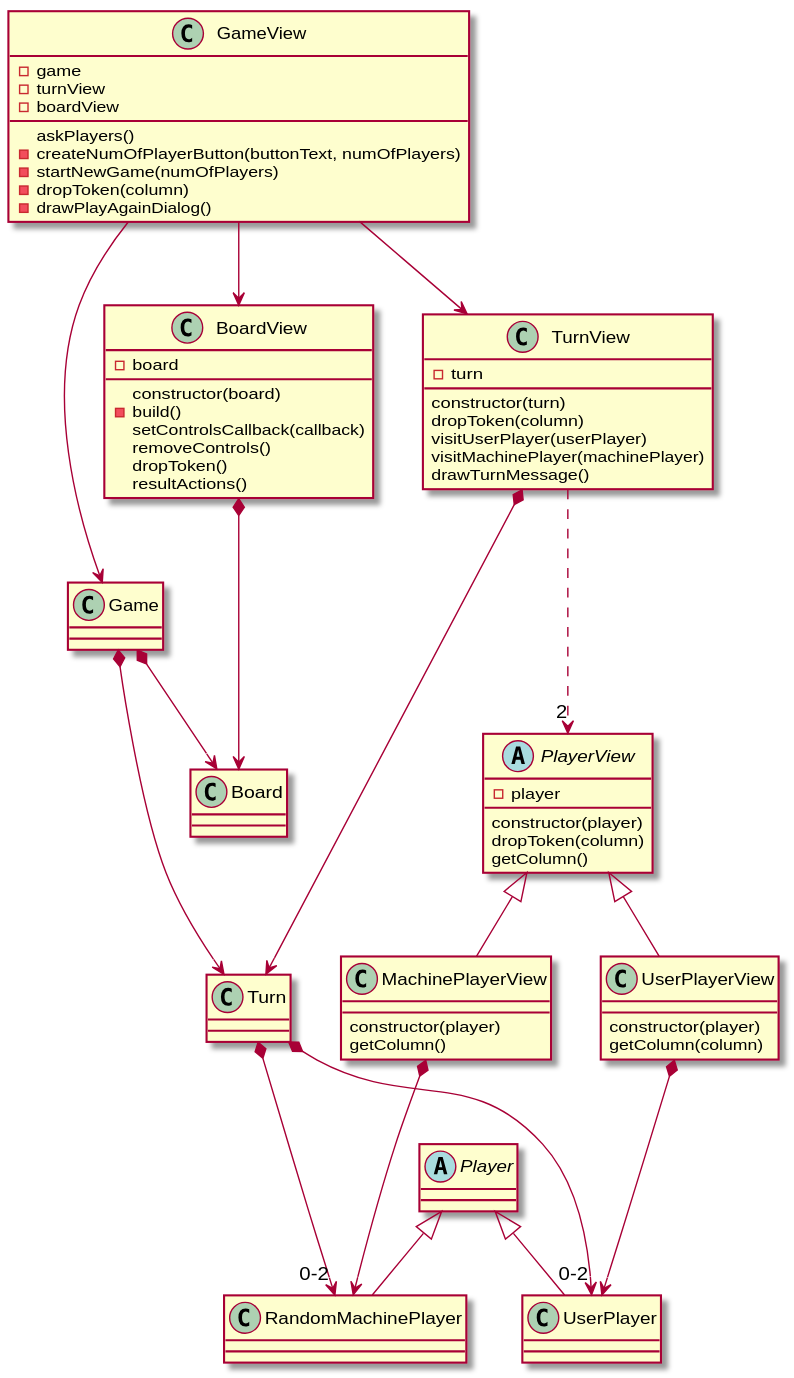
Before: src/uml/Connect4.svg, a diagram exported from PlantUML (EscuelaIt/Conecta-4-soluci-n-de-Nelson). The source it was exported from:
```plantuml
@startuml
class GameView{
-game
-turnView
-boardView
askPlayers()
-createNumOfPlayerButton(buttonText, numOfPlayers)
-startNewGame(numOfPlayers)
-dropToken(column)
-drawPlayAgainDialog()
}
class TurnView{
-turn
constructor(turn)
dropToken(column)
visitUserPlayer(userPlayer)
visitMachinePlayer(machinePlayer)
drawTurnMessage()
}
class BoardView{
-board
constructor(board)
-build()
setControlsCallback(callback)
removeControls()
dropToken()
resultActions()
}
class MachinePlayerView{
constructor(player)
getColumn()
}
abstract class PlayerView{
-player
constructor(player)
dropToken(column)
getColumn()
}

class UserPlayerView{
constructor(player)
getColumn(column)
}
Abstract    class Player
class RandomMachinePlayer
class UserPlayer

GameView ---> Game
GameView --> TurnView
GameView -> BoardView
BoardView *--> Board
TurnView *--> Turn
Turn *---> "0-2" UserPlayer
Turn *--> "0-2" RandomMachinePlayer
Game *--> Turn
Game *--> Board
TurnView -.-> "2" PlayerView
PlayerView <|-- UserPlayerView
PlayerView <|-- MachinePlayerView
Player <|-- RandomMachinePlayer
Player <|-- UserPlayer
MachinePlayerView *---> RandomMachinePlayer
UserPlayerView *---> UserPlayer



@enduml
```
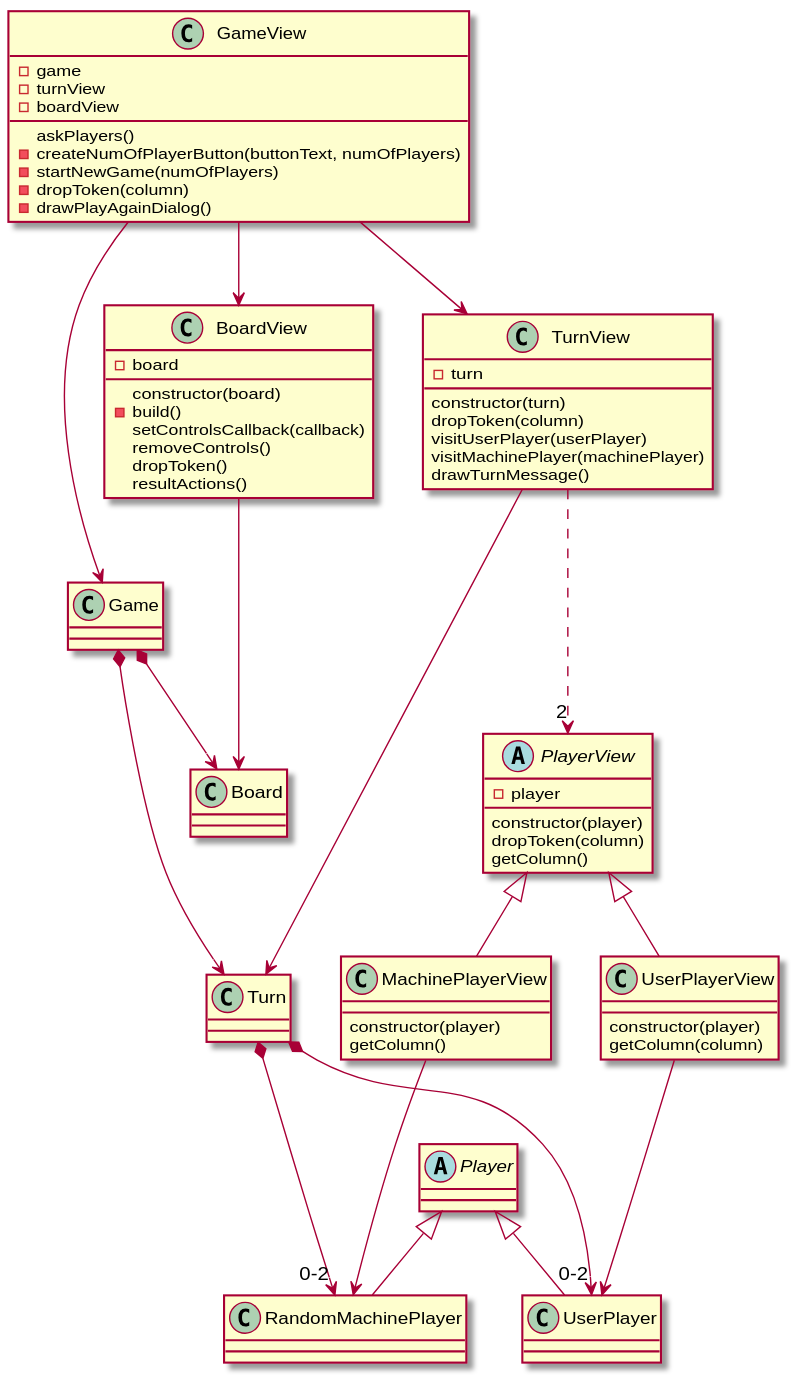
After the commit.

Commit message:
Minor visual changes, fixing relations on UML

Diff of the diagram source:
```diff
@@ -48,8 +48,8 @@
 GameView ---> Game
 GameView --> TurnView
 GameView -> BoardView
-BoardView *--> Board
-TurnView *--> Turn
+BoardView --> Board
+TurnView --> Turn
 Turn *---> "0-2" UserPlayer
 Turn *--> "0-2" RandomMachinePlayer
 Game *--> Turn
@@ -59,8 +59,8 @@
 PlayerView <|-- MachinePlayerView
 Player <|-- RandomMachinePlayer
 Player <|-- UserPlayer
-MachinePlayerView *---> RandomMachinePlayer
-UserPlayerView *---> UserPlayer
+MachinePlayerView ---> RandomMachinePlayer
+UserPlayerView ---> UserPlayer
 
 
 
```
